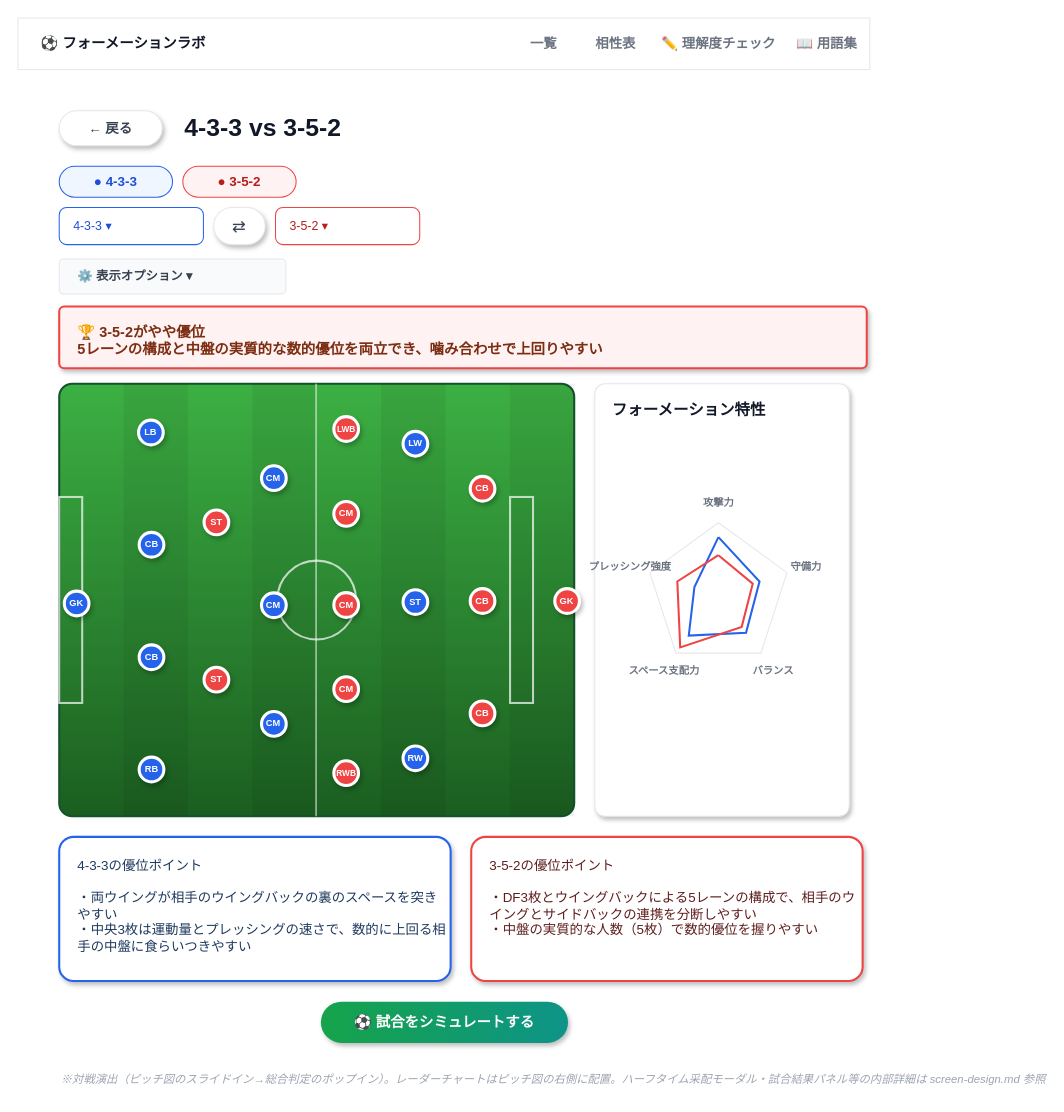
Above: page "wireframe-comparison" (2 of 2) of docs/specs/2_basic-design/wireframes.drawio in n-yata/soccer-sim (draw.io), before the change. Source tidied: cells renumbered, new cells numbered last; positions are measured from the earlier drawing's top-left corner, leaving out a move shared by most shapes. Both pictures are drawn from the tidied source at 103%, with x=0, y=0 at pixel (18, 18).
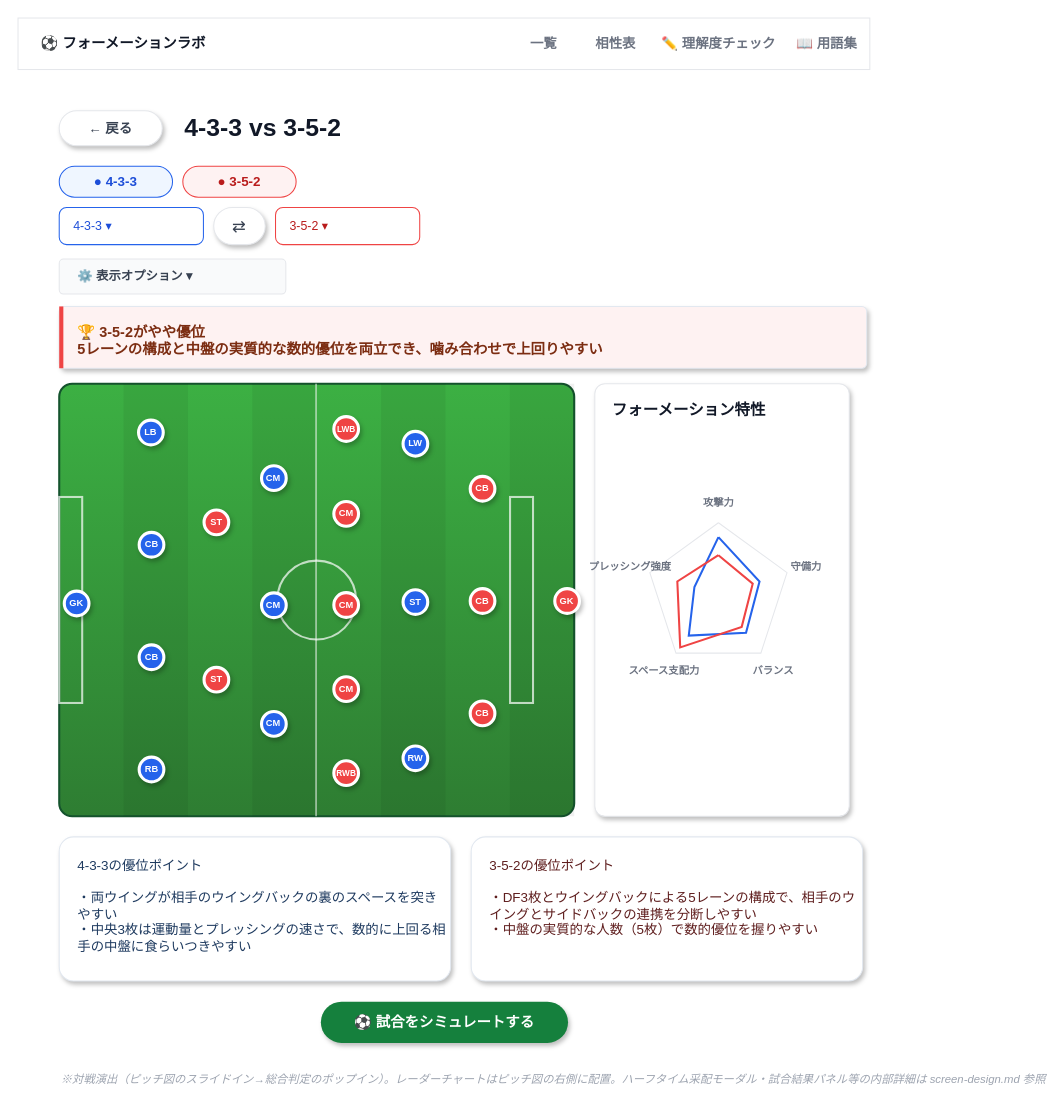
Above is the later version.

The edit, as a diff of the source:
```diff
@@
-    <mxCell id="17" value="🏆 3-5-2がやや優位&#10;5レーンの構成と中盤の実質的な数的優位を両立でき、噛み合わせで上回りやすい" style="rounded=1;arcSize=8;whiteSpace=wrap;html=1;shadow=1;fillColor=#FEF2F2;strokeColor=#EF4444;strokeWidth=2;align=left;verticalAlign=top;spacingTop=10;spacingLeft=16;fontSize=14;fontStyle=1;fontColor=#7C2D12;" parent="1" vertex="1">
+    <mxCell id="17" value="🏆 3-5-2がやや優位&#10;5レーンの構成と中盤の実質的な数的優位を両立でき、噛み合わせで上回りやすい" style="rounded=1;arcSize=8;whiteSpace=wrap;html=1;shadow=1;fillColor=#FEF2F2;strokeColor=#E2E8F0;strokeWidth=1;align=left;verticalAlign=top;spacingTop=10;spacingLeft=16;fontSize=14;fontStyle=1;fontColor=#7C2D12;" parent="1" vertex="1">
       <mxGeometry x="40" y="280" width="784" height="60" as="geometry" />
     </mxCell>
+    <mxCell id="63" style="rounded=0;whiteSpace=wrap;html=1;fillColor=#EF4444;strokeColor=none;" parent="1" vertex="1">
+      <mxGeometry x="40" y="280" width="4" height="60" as="geometry" />
+    </mxCell>
-    <mxCell id="18" style="rounded=1;arcSize=3;whiteSpace=wrap;html=1;fillColor=#3CB043;gradientColor=#1B5E20;gradientDirection=south;strokeColor=#14532D;strokeWidth=2;" parent="1" vertex="1">
+    <mxCell id="18" style="rounded=1;arcSize=3;whiteSpace=wrap;html=1;fillColor=#3CB043;gradientColor=#2E7D32;gradientDirection=south;strokeColor=#14532D;strokeWidth=2;" parent="1" vertex="1">
       <mxGeometry x="40" y="355" width="500" height="420" as="geometry" />
     </mxCell>
@@
-    <mxCell id="59" value="4-3-3の優位ポイント&#10;&#10;・両ウイングが相手のウイングバックの裏のスペースを突きやすい&#10;・中央3枚は運動量とプレッシングの速さで、数的に上回る相手の中盤に食らいつきやすい" style="rounded=1;arcSize=10;whiteSpace=wrap;html=1;shadow=1;fillColor=#FFFFFF;strokeColor=#2563EB;strokeWidth=2;fontSize=13;align=left;verticalAlign=top;spacingTop=14;spacingLeft=16;fontColor=#1E3A5F;" parent="1" vertex="1">
+    <mxCell id="59" value="4-3-3の優位ポイント&#10;&#10;・両ウイングが相手のウイングバックの裏のスペースを突きやすい&#10;・中央3枚は運動量とプレッシングの速さで、数的に上回る相手の中盤に食らいつきやすい" style="rounded=1;arcSize=10;whiteSpace=wrap;html=1;shadow=1;fillColor=#FFFFFF;strokeColor=#E2E8F0;strokeWidth=1;fontSize=13;align=left;verticalAlign=top;spacingTop=14;spacingLeft=16;fontColor=#1E3A5F;" parent="1" vertex="1">
       <mxGeometry x="40" y="795" width="380" height="140" as="geometry" />
     </mxCell>
-    <mxCell id="60" value="3-5-2の優位ポイント&#10;&#10;・DF3枚とウイングバックによる5レーンの構成で、相手のウイングとサイドバックの連携を分断しやすい&#10;・中盤の実質的な人数（5枚）で数的優位を握りやすい" style="rounded=1;arcSize=10;whiteSpace=wrap;html=1;shadow=1;fillColor=#FFFFFF;strokeColor=#EF4444;strokeWidth=2;fontSize=13;align=left;verticalAlign=top;spacingTop=14;spacingLeft=16;fontColor=#5F1E1E;" parent="1" vertex="1">
+    <mxCell id="60" value="3-5-2の優位ポイント&#10;&#10;・DF3枚とウイングバックによる5レーンの構成で、相手のウイングとサイドバックの連携を分断しやすい&#10;・中盤の実質的な人数（5枚）で数的優位を握りやすい" style="rounded=1;arcSize=10;whiteSpace=wrap;html=1;shadow=1;fillColor=#FFFFFF;strokeColor=#E2E8F0;strokeWidth=1;fontSize=13;align=left;verticalAlign=top;spacingTop=14;spacingLeft=16;fontColor=#5F1E1E;" parent="1" vertex="1">
       <mxGeometry x="440" y="795" width="380" height="140" as="geometry" />
     </mxCell>
-    <mxCell id="61" value="⚽ 試合をシミュレートする" style="rounded=1;arcSize=50;whiteSpace=wrap;html=1;fillColor=#16A34A;gradientColor=#0D9488;gradientDirection=east;strokeColor=none;shadow=1;fontSize=14;fontStyle=1;fontColor=#FFFFFF;" parent="1" vertex="1">
+    <mxCell id="61" value="⚽ 試合をシミュレートする" style="rounded=1;arcSize=50;whiteSpace=wrap;html=1;fillColor=#15803D;strokeColor=none;shadow=1;fontSize=14;fontStyle=1;fontColor=#FFFFFF;" parent="1" vertex="1">
       <mxGeometry x="294" y="955" width="240" height="40" as="geometry" />
     </mxCell>
```
